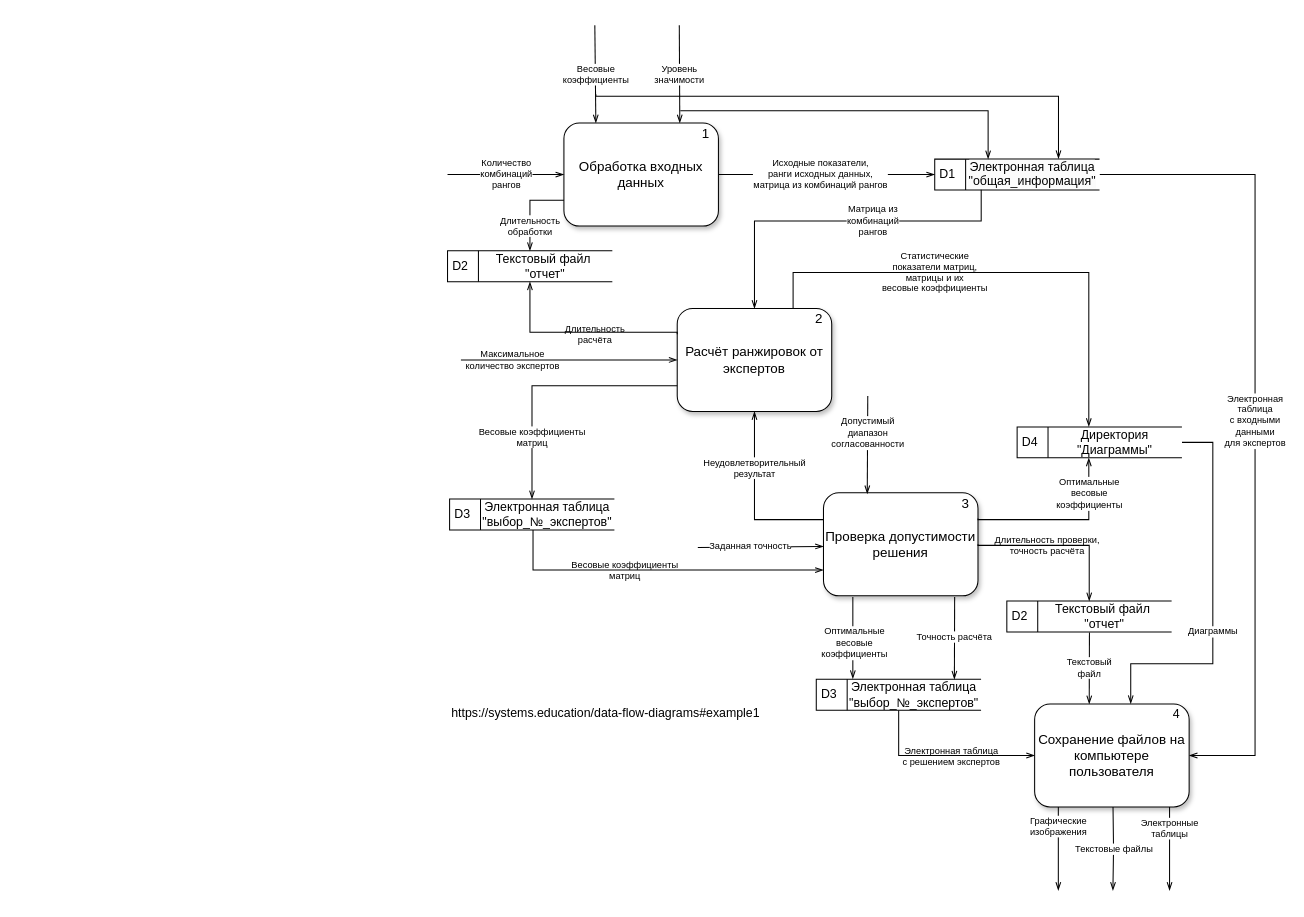
Dimj1k/Works keeps this draw.io diagram as page "Страница — 4" (2 of 4) of draw_io/ddf prog.drawio. Above is the earlier version. Source tidied: cells renumbered, new cells numbered last; positions are measured from the earlier drawing's top-left corner, leaving out a move shared by most shapes. Both pictures are drawn from the tidied source at 103%, with x=0, y=0 at pixel (447, 25).
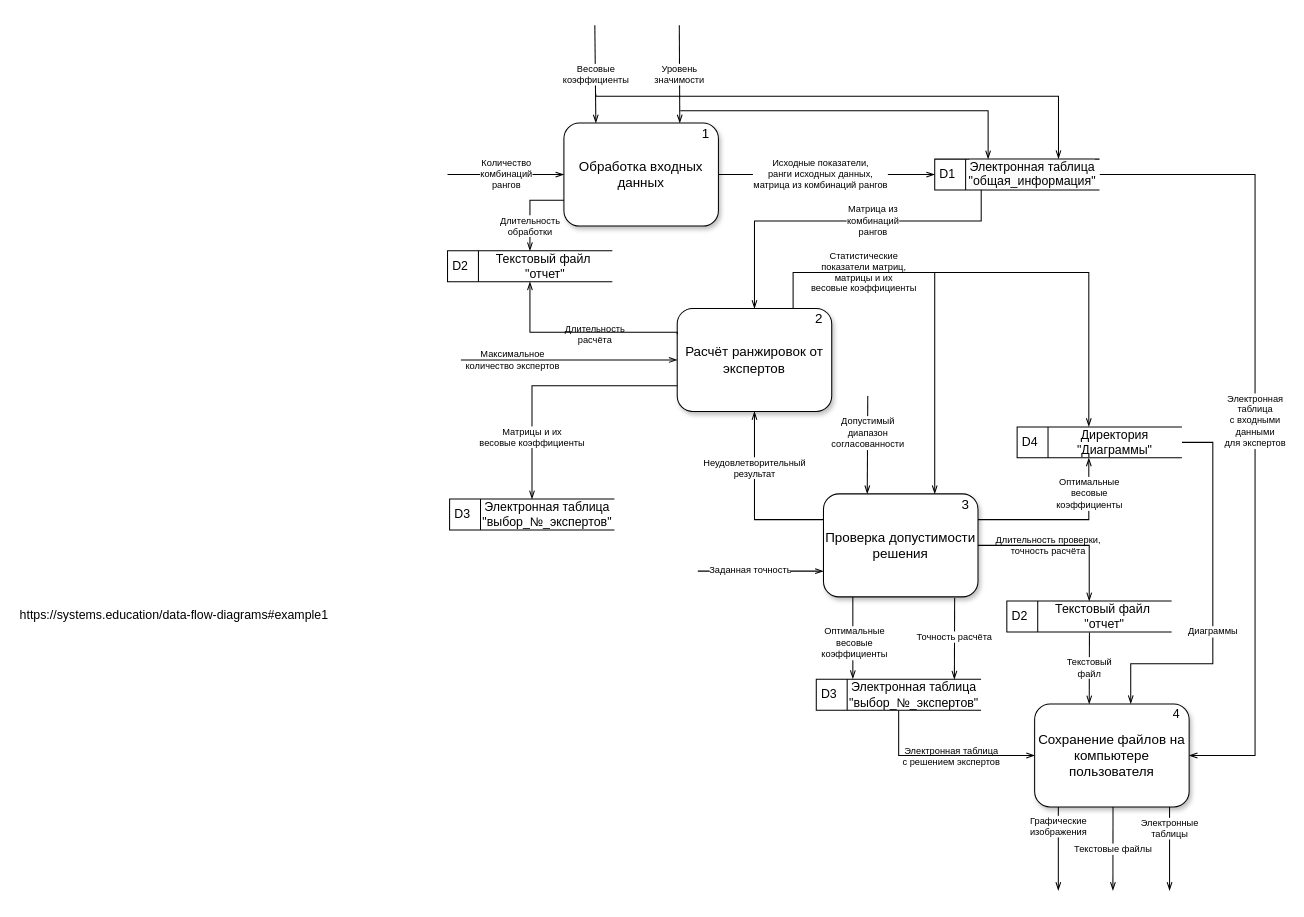
Above is the later version.

The change refers to these unchanged cells:
```xml
<mxCell id="11" value="Расчёт ранжировок от экспертов" style="html=1;dashed=0;whiteSpace=wrap;border-radius=5px;rounded=1;shadow=1;glass=0;fontSize=13;" parent="10" vertex="1">
  <mxGeometry y="5" width="150" height="100" as="geometry" />
</mxCell>
<mxCell id="20" value="Проверка допустимости решения" style="html=1;dashed=0;whiteSpace=wrap;border-radius=5px;rounded=1;shadow=1;perimeterSpacing=0;strokeWidth=1;fontSize=13;" parent="19" vertex="1">
  <mxGeometry y="5" width="150" height="100" as="geometry" />
</mxCell>
<mxCell id="30" value="&lt;font style=&quot;font-size: 12px;&quot;&gt;D4&lt;/font&gt;" style="html=1;dashed=0;whiteSpace=wrap;shape=mxgraph.dfd.dataStoreID;align=left;spacingLeft=3;points=[[0,0],[0.5,0],[1,0],[0,0.5],[1,0.5],[0,1],[0.5,1],[1,1]];fontSize=12;" parent="1" vertex="1">
  <mxGeometry x="553" y="390" width="160" height="30" as="geometry" />
</mxCell>
<mxCell id="51" value="&lt;font style=&quot;font-size: 12px;&quot;&gt;D3&lt;/font&gt;" style="html=1;dashed=0;whiteSpace=wrap;shape=mxgraph.dfd.dataStoreID;align=left;spacingLeft=3;points=[[0,0],[0.5,0],[1,0],[0,0.5],[1,0.5],[0,1],[0.5,1],[1,1]];fontSize=12;" parent="1" vertex="1">
  <mxGeometry x="2" y="460" width="160" height="30" as="geometry" />
</mxCell>
```

Diff of the diagram source:
```diff
@@
     <mxCell id="19" style="group;fontSize=9;shadow=1;" parent="1" vertex="1">
-      <mxGeometry x="365" y="449" width="153" height="105" as="geometry" />
+      <mxGeometry x="365" y="450" width="153" height="105" as="geometry" />
     </mxCell>
@@
+    <mxCell id="55" value="Статистические&lt;br style=&quot;font-size: 9px;&quot;&gt;показатели матриц,&lt;br style=&quot;font-size: 9px;&quot;&gt;матрицы и их&lt;br style=&quot;font-size: 9px;&quot;&gt;весовые коэффициенты" style="endArrow=openThin;html=1;rounded=0;endFill=0;exitX=0.75;exitY=0;exitDx=0;exitDy=0;edgeStyle=orthogonalEdgeStyle;fontSize=9;labelBackgroundColor=none;" parent="1" edge="1" source="11">
+      <mxGeometry x="-0.47" relative="1" as="geometry">
+        <mxPoint x="473" y="455" as="targetPoint" />
+        <Array as="points">
+          <mxPoint x="335" y="240" />
+          <mxPoint x="473" y="240" />
+        </Array>
+      </mxGeometry>
+    </mxCell>
@@
-    <mxCell id="32" value="Статистические&lt;br style=&quot;border-color: var(--border-color);&quot;&gt;&lt;span style=&quot;&quot;&gt;показатели матриц,&lt;/span&gt;&lt;br style=&quot;border-color: var(--border-color);&quot;&gt;&lt;span style=&quot;&quot;&gt;матрицы и их&lt;/span&gt;&lt;br style=&quot;border-color: var(--border-color);&quot;&gt;&lt;span style=&quot;&quot;&gt;весовые коэффициенты&lt;/span&gt;" style="endArrow=openThin;html=1;rounded=0;endFill=0;fontSize=9;edgeStyle=elbowEdgeStyle;elbow=vertical;entryX=0.435;entryY=-0.011;entryDx=0;entryDy=0;entryPerimeter=0;exitX=0.75;exitY=0;exitDx=0;exitDy=0;labelBackgroundColor=none;" parent="1" edge="1" source="11" target="30">
-      <mxGeometry x="-0.27" relative="1" as="geometry">
+    <mxCell id="32" style="endArrow=openThin;html=1;rounded=0;endFill=0;fontSize=9;edgeStyle=elbowEdgeStyle;elbow=vertical;entryX=0.435;entryY=-0.011;entryDx=0;entryDy=0;entryPerimeter=0;" parent="1" edge="1" target="30">
+      <mxGeometry relative="1" as="geometry">
+        <mxPoint x="473" y="240" as="sourcePoint" />
         <Array as="points">
           <mxPoint x="563" y="240" />
         </Array>
       </mxGeometry>
     </mxCell>
@@
-    <mxCell id="35" value="Заданная точность" style="rounded=1;orthogonalLoop=1;jettySize=auto;html=1;entryX=0;entryY=0.75;entryDx=0;entryDy=0;endArrow=openThin;endFill=0;fontSize=9;" parent="1" edge="1">
+    <mxCell id="35" value="Заданная точность" style="rounded=1;jettySize=auto;html=1;entryX=0;entryY=0.75;entryDx=0;entryDy=0;endArrow=openThin;endFill=0;fontSize=9;" parent="1" edge="1" target="20">
       <mxGeometry x="-0.16" y="1" relative="1" as="geometry">
-        <mxPoint x="243" y="507" as="sourcePoint" />
-        <mxPoint x="365" y="506" as="targetPoint" />
+        <mxPoint x="243" y="530" as="sourcePoint" />
       </mxGeometry>
     </mxCell>
@@
-    <mxCell id="41" value="Текстовые файлы" style="edgeStyle=orthogonalEdgeStyle;rounded=0;orthogonalLoop=1;jettySize=auto;html=1;endArrow=openThin;endFill=0;fontSize=9;" parent="1" edge="1">
+    <mxCell id="41" value="Текстовые файлы" style="rounded=0;orthogonalLoop=1;jettySize=auto;html=1;endArrow=openThin;endFill=0;fontSize=9;" parent="1" edge="1">
       <mxGeometry relative="1" as="geometry">
         <mxPoint x="646.1" y="759" as="sourcePoint" />
         <mxPoint x="646" y="840" as="targetPoint" />
       </mxGeometry>
     </mxCell>
-    <mxCell id="42" value="&lt;font style=&quot;font-size: 9px;&quot;&gt;Электронные&lt;br style=&quot;border-color: var(--border-color); font-size: 9px;&quot;&gt;таблицы&lt;/font&gt;" style="edgeStyle=orthogonalEdgeStyle;rounded=0;orthogonalLoop=1;jettySize=auto;html=1;endArrow=openThin;endFill=0;fontSize=9;" parent="1" edge="1">
+    <mxCell id="42" value="&lt;font style=&quot;font-size: 9px;&quot;&gt;Электронные&lt;br style=&quot;border-color: var(--border-color); font-size: 9px;&quot;&gt;таблицы&lt;/font&gt;" style="rounded=0;orthogonalLoop=1;jettySize=auto;html=1;endArrow=openThin;endFill=0;fontSize=9;" parent="1" edge="1">
       <mxGeometry x="-0.49" relative="1" as="geometry">
         <mxPoint x="701" y="759" as="sourcePoint" />
         <mxPoint x="701" y="840" as="targetPoint" />
       </mxGeometry>
     </mxCell>
@@
-    <mxCell id="50" value="Весовые коэффициенты&lt;br style=&quot;border-color: var(--border-color); font-size: 9px;&quot;&gt;&lt;span style=&quot;font-size: 9px;&quot;&gt;матриц&lt;/span&gt;" style="edgeStyle=elbowEdgeStyle;rounded=0;jettySize=auto;html=1;entryX=0;entryY=0.75;entryDx=0;entryDy=0;fontSize=9;labelBackgroundColor=none;endArrow=classicThin;endFill=1;endArrow=openThin;" parent="1" edge="1" source="51" target="20">
-      <mxGeometry x="-0.2" relative="1" as="geometry">
-        <Array as="points">
-          <mxPoint x="83" y="510" />
-        </Array>
-      </mxGeometry>
-    </mxCell>
@@
-    <mxCell id="53" value="Весовые коэффициенты&lt;br style=&quot;font-size: 9px;&quot;&gt;матриц" style="endArrow=openThin;html=1;rounded=0;endFill=0;entryX=0.5;entryY=0;entryDx=0;entryDy=0;exitX=0;exitY=0.75;exitDx=0;exitDy=0;edgeStyle=elbowEdgeStyle;fontSize=9;elbow=vertical;" parent="1" edge="1" source="11" target="51">
+    <mxCell id="53" value="Матрицы и их&lt;br&gt;весовые коэффициенты" style="endArrow=openThin;html=1;rounded=0;endFill=0;entryX=0.5;entryY=0;entryDx=0;entryDy=0;exitX=0;exitY=0.75;exitDx=0;exitDy=0;edgeStyle=elbowEdgeStyle;fontSize=9;elbow=vertical;" parent="1" edge="1" source="11" target="51">
       <mxGeometry x="0.52" relative="1" as="geometry">
         <Array as="points">
           <mxPoint x="203" y="350" />
         </Array>
       </mxGeometry>
     </mxCell>
     <mxCell id="54" value="https://systems.education/data-flow-diagrams#example1" style="text;whiteSpace=wrap;" parent="1" vertex="1">
-      <mxGeometry x="2" y="654" width="330" height="40" as="geometry" />
+      <mxGeometry x="-417" y="559" width="330" height="40" as="geometry" />
     </mxCell>
```
